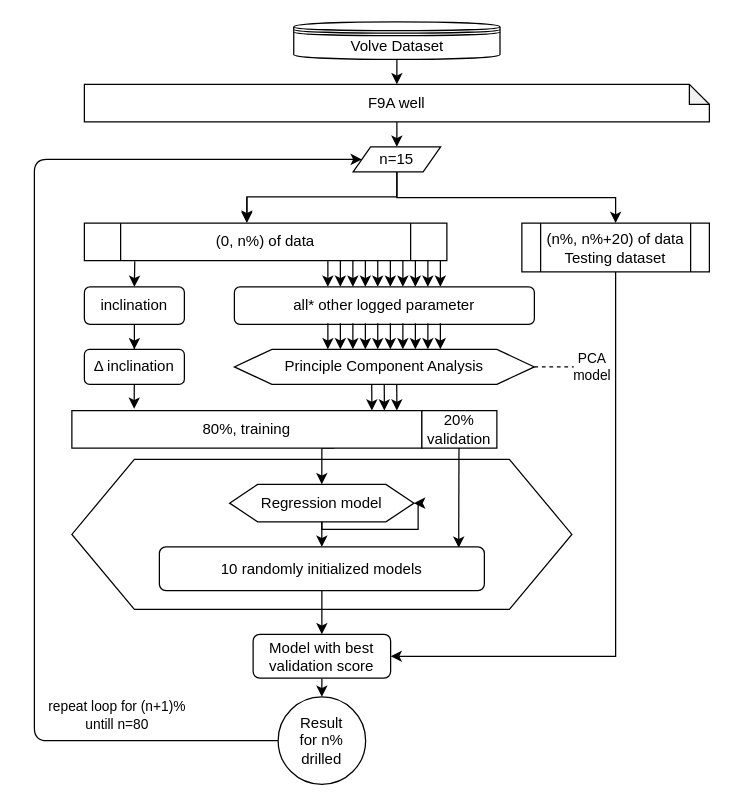
Before: Training While Drilling.drawio in AndrzejTunkiel/Training-while-drilling, a draw.io diagram. Source tidied: cells renumbered, new cells numbered last; positions are measured from the earlier drawing's top-left corner, leaving out a move shared by most shapes. Both pictures are drawn from the tidied source at 125%, with x=0, y=0 at pixel (34, 21).
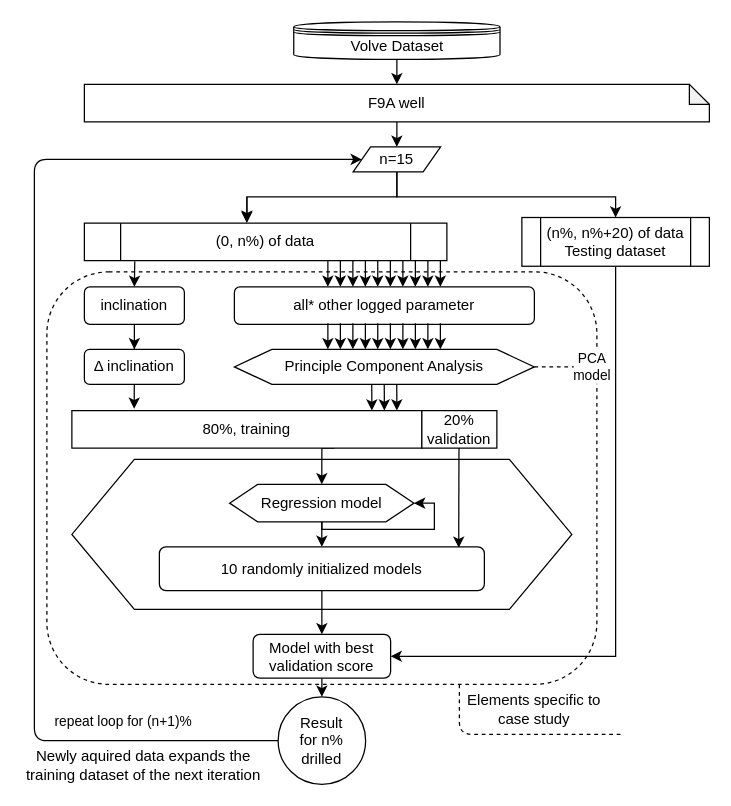
Above is the later version.

Unchanged cells that the change refers to:
```xml
<mxCell id="40" value="Regression model" style="shape=hexagon;perimeter=hexagonPerimeter2;whiteSpace=wrap;html=1;size=0.15217391304347827;" parent="1" vertex="1">
  <mxGeometry x="156.2" y="370" width="147.5" height="30" as="geometry" />
</mxCell>
<mxCell id="53" value="&lt;div&gt;Result&lt;/div&gt;&lt;div&gt;for n%&lt;/div&gt;&lt;div&gt;drilled&lt;br&gt;&lt;/div&gt;" style="ellipse;whiteSpace=wrap;html=1;" parent="1" vertex="1">
  <mxGeometry x="195" y="540" width="70" height="70" as="geometry" />
</mxCell>
<mxCell id="56" value="n=15" style="shape=parallelogram;perimeter=parallelogramPerimeter;whiteSpace=wrap;html=1;" parent="1" vertex="1">
  <mxGeometry x="255" y="100" width="70" height="20" as="geometry" />
</mxCell>
```

What changed in the source:
```diff
@@
+    <mxCell id="58" style="rounded=1;whiteSpace=wrap;html=1;dashed=1;" parent="1" vertex="1">
+      <mxGeometry x="10" y="200" width="440" height="330" as="geometry" />
+    </mxCell>
@@
     <mxCell id="38" value="&lt;div&gt;(n%, n%+20) of data&lt;/div&gt;&lt;div&gt;Testing dataset&lt;br&gt;&lt;/div&gt;" style="shape=process;whiteSpace=wrap;html=1;backgroundOutline=1;" parent="1" vertex="1">
-      <mxGeometry x="390" y="161" width="150" height="39" as="geometry" />
+      <mxGeometry x="390" y="156.5" width="150" height="39" as="geometry" />
     </mxCell>
@@
     <mxCell id="41" style="edgeStyle=orthogonalEdgeStyle;rounded=0;orthogonalLoop=1;jettySize=auto;html=1;exitX=0.5;exitY=1;exitDx=0;exitDy=0;entryX=1;entryY=0.5;entryDx=0;entryDy=0;" parent="1" edge="1" source="40" target="40">
       <mxGeometry relative="1" as="geometry">
         <Array as="points">
           <mxPoint x="230" y="406" />
-          <mxPoint x="307" y="406" />
-          <mxPoint x="307" y="385" />
+          <mxPoint x="320" y="406" />
+          <mxPoint x="320" y="385" />
         </Array>
       </mxGeometry>
     </mxCell>
@@
     <mxCell id="55" style="edgeStyle=orthogonalEdgeStyle;rounded=0;jettySize=auto;html=1;exitX=0.5;exitY=1;exitDx=0;exitDy=0;entryX=0.5;entryY=0;entryDx=0;entryDy=0;" parent="1" edge="1" source="56" target="38">
-      <mxGeometry relative="1" as="geometry" />
+      <mxGeometry relative="1" as="geometry">
+        <Array as="points">
+          <mxPoint x="290" y="140" />
+          <mxPoint x="465" y="140" />
+        </Array>
+      </mxGeometry>
     </mxCell>
@@
-    <mxCell id="57" value="&lt;div&gt;repeat loop for (n+1)%&lt;/div&gt;&lt;div&gt;untill n=80&lt;br&gt;&lt;/div&gt;" style="endArrow=classic;html=1;entryX=0;entryY=0.5;entryDx=0;entryDy=0;exitX=0;exitY=0.5;exitDx=0;exitDy=0;" parent="1" edge="1" source="53" target="56">
-      <mxGeometry x="-0.72" y="-20" relative="1" as="geometry">
+    <mxCell id="57" value="&lt;div&gt;repeat loop for (n+1)%&lt;/div&gt;" style="endArrow=classic;html=1;entryX=0;entryY=0.5;entryDx=0;entryDy=0;exitX=0;exitY=0.5;exitDx=0;exitDy=0;" parent="1" edge="1" source="53" target="56">
+      <mxGeometry x="-0.73" y="-15" relative="1" as="geometry">
         <Array as="points">
           <mxPoint y="575" />
           <mxPoint y="110" />
         </Array>
       </mxGeometry>
     </mxCell>
+    <mxCell id="59" value="Newly aquired data expands the training dataset of the next iteration" style="text;html=1;strokeColor=none;fillColor=none;align=center;verticalAlign=middle;whiteSpace=wrap;rounded=0;dashed=1;" parent="1" vertex="1">
+      <mxGeometry x="-10" y="590" width="195" height="10" as="geometry" />
+    </mxCell>
+    <mxCell id="60" value="Elements specific to case study" style="text;html=1;strokeColor=none;fillColor=none;align=center;verticalAlign=middle;whiteSpace=wrap;rounded=0;dashed=1;" parent="1" vertex="1">
+      <mxGeometry x="340" y="540" width="120" height="20" as="geometry" />
+    </mxCell>
+    <mxCell id="61" style="endArrow=none;dashed=1;html=1;exitX=0.75;exitY=1;exitDx=0;exitDy=0;" parent="1" edge="1" source="58">
+      <mxGeometry relative="1" as="geometry">
+        <mxPoint x="470" y="570" as="targetPoint" />
+        <Array as="points">
+          <mxPoint x="340" y="570" />
+        </Array>
+      </mxGeometry>
+    </mxCell>
```
